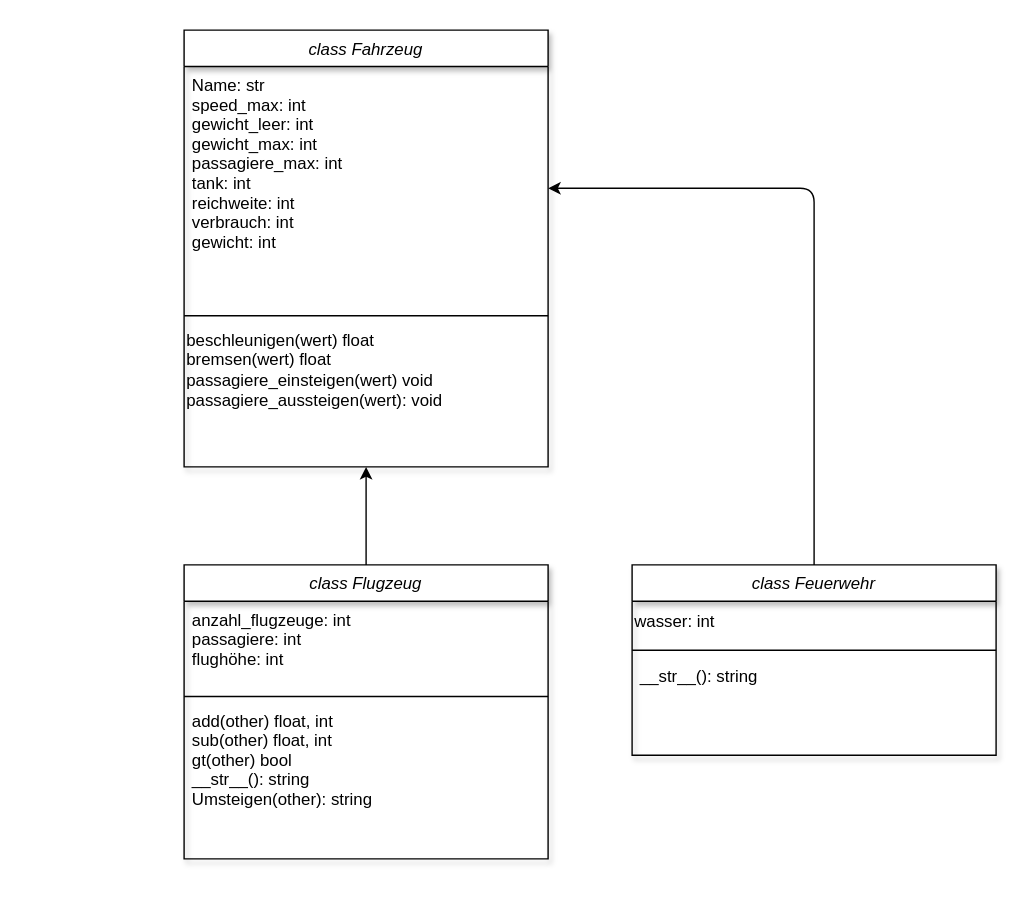
Earlier version of the draw.io diagram page "Flugzeug" (1 of 2) of Klassendiagramm.drawio (sstreichan/ProjektFlugzeug). Source tidied: cells renumbered, new cells numbered last; positions are measured from the earlier drawing's top-left corner, leaving out a move shared by most shapes. Both pictures are drawn from the tidied source at 140%, with x=0, y=0 at pixel (183, 29).
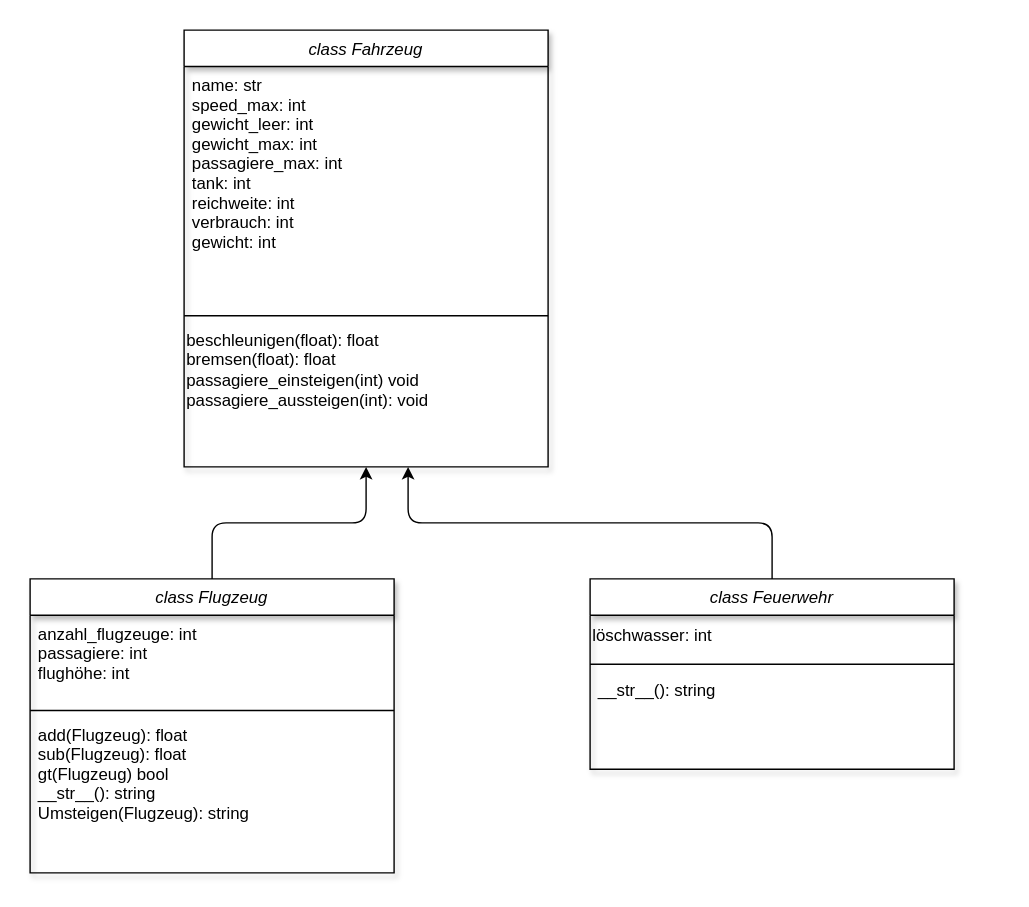
Above is the later version.

Commit message (it also covers changes not shown here):
klassendiagramm überarbeitet, neue aufgaben.

The edit, as a diff of the source:
```diff
@@
 <mxGraphModel>
   <root>
     <mxCell id="0" />
     <mxCell id="1" parent="0" />
     <mxCell id="2" style="edgeStyle=none;html=1;entryX=0.5;entryY=1;entryDx=0;entryDy=0;" parent="1" edge="1" source="3" target="7">
-      <mxGeometry relative="1" as="geometry" />
+      <mxGeometry relative="1" as="geometry">
+        <Array as="points">
+          <mxPoint x="20" y="352" />
+          <mxPoint x="130" y="352" />
+        </Array>
+      </mxGeometry>
     </mxCell>
     <mxCell id="3" value="class Flugzeug" style="swimlane;fontStyle=2;align=center;verticalAlign=top;horizontal=1;startSize=26;rounded=0;shadow=1;strokeWidth=1;" parent="1" vertex="1">
-      <mxGeometry y="382" width="260" height="210" as="geometry" />
+      <mxGeometry x="-110" y="392" width="260" height="210" as="geometry" />
     </mxCell>
     <mxCell id="4" value="anzahl_flugzeuge: int&#10;passagiere: int&#10;flughöhe: int&#10;" style="text;align=left;verticalAlign=top;spacingLeft=4;spacingRight=4;overflow=hidden;rounded=0;shadow=0;html=0;" parent="3" vertex="1">
       <mxGeometry y="26" width="260" height="64" as="geometry" />
     </mxCell>
     <mxCell id="5" style="line;html=1;strokeWidth=1;align=left;verticalAlign=middle;spacingTop=-1;spacingLeft=3;spacingRight=3;labelPosition=right;" parent="3" vertex="1">
       <mxGeometry y="90" width="260" height="8" as="geometry" />
     </mxCell>
-    <mxCell id="6" value="add(other) float, int&#10;sub(other) float, int&#10;gt(other) bool&#10;__str__(): string&#10;Umsteigen(other): string" style="text;align=left;verticalAlign=top;spacingLeft=4;spacingRight=4;overflow=hidden;" parent="3" vertex="1">
+    <mxCell id="6" value="add(Flugzeug): float&#10;sub(Flugzeug): float&#10;gt(Flugzeug) bool&#10;__str__(): string&#10;Umsteigen(Flugzeug): string" style="text;align=left;verticalAlign=top;spacingLeft=4;spacingRight=4;overflow=hidden;" parent="3" vertex="1">
       <mxGeometry y="98" width="260" height="112" as="geometry" />
     </mxCell>
     <mxCell id="7" value="class Fahrzeug" style="swimlane;fontStyle=2;align=center;verticalAlign=top;horizontal=1;startSize=26;rounded=0;shadow=1;strokeWidth=1;" parent="1" vertex="1">
       <mxGeometry width="260" height="312" as="geometry" />
     </mxCell>
-    <mxCell id="8" value="Name: str&#10;speed_max: int&#10;gewicht_leer: int&#10;gewicht_max: int&#10;passagiere_max: int&#10;tank: int&#10;reichweite: int&#10;verbrauch: int&#10;gewicht: int" style="text;align=left;verticalAlign=top;spacingLeft=4;spacingRight=4;overflow=hidden;points=[[0,0.5],[1,0.5]];portConstraint=eastwest;rounded=0;shadow=0;html=0;" parent="7" vertex="1">
+    <mxCell id="8" value="name: str&#10;speed_max: int&#10;gewicht_leer: int&#10;gewicht_max: int&#10;passagiere_max: int&#10;tank: int&#10;reichweite: int&#10;verbrauch: int&#10;gewicht: int" style="text;align=left;verticalAlign=top;spacingLeft=4;spacingRight=4;overflow=hidden;points=[[0,0.5],[1,0.5]];portConstraint=eastwest;rounded=0;shadow=0;html=0;" parent="7" vertex="1">
       <mxGeometry y="26" width="260" height="174" as="geometry" />
     </mxCell>
     <mxCell id="9" style="line;html=1;strokeWidth=1;align=left;verticalAlign=middle;spacingTop=-1;spacingLeft=3;spacingRight=3;labelPosition=right;" parent="7" vertex="1">
       <mxGeometry y="200" width="260" height="8" as="geometry" />
     </mxCell>
-    <mxCell id="10" value="&lt;span style=&quot;&quot;&gt;beschleunigen(wert) float&lt;/span&gt;&lt;br style=&quot;padding: 0px; margin: 0px;&quot;&gt;&lt;span style=&quot;&quot;&gt;bremsen(wert) float&lt;/span&gt;&lt;br style=&quot;padding: 0px; margin: 0px;&quot;&gt;&lt;span style=&quot;&quot;&gt;passagiere_einsteigen(wert) void&lt;/span&gt;&lt;br style=&quot;padding: 0px; margin: 0px;&quot;&gt;&lt;span style=&quot;&quot;&gt;passagiere_aussteigen(wert): void&lt;/span&gt;" style="text;html=1;align=left;verticalAlign=middle;strokeColor=none;fillColor=none;" parent="7" vertex="1">
+    <mxCell id="10" value="&lt;span style=&quot;&quot;&gt;beschleunigen(float): float&lt;/span&gt;&lt;br style=&quot;padding: 0px; margin: 0px;&quot;&gt;&lt;span style=&quot;&quot;&gt;bremsen(float): float&lt;/span&gt;&lt;br style=&quot;padding: 0px; margin: 0px;&quot;&gt;&lt;span style=&quot;&quot;&gt;passagiere_einsteigen(int) void&lt;/span&gt;&lt;br style=&quot;padding: 0px; margin: 0px;&quot;&gt;&lt;span style=&quot;&quot;&gt;passagiere_aussteigen(int): void&lt;/span&gt;" style="text;html=1;align=left;verticalAlign=middle;strokeColor=none;fillColor=none;" parent="7" vertex="1">
       <mxGeometry y="208" width="260" height="70" as="geometry" />
     </mxCell>
-    <mxCell id="11" style="edgeStyle=none;html=1;" parent="1" edge="1" source="12" target="8">
+    <mxCell id="11" style="edgeStyle=none;html=1;" parent="1" edge="1" source="12">
       <mxGeometry relative="1" as="geometry">
+        <mxPoint x="160" y="312" as="targetPoint" />
         <Array as="points">
-          <mxPoint x="450" y="113" />
+          <mxPoint x="420" y="352" />
+          <mxPoint x="160" y="352" />
         </Array>
       </mxGeometry>
     </mxCell>
     <mxCell id="12" value="class Feuerwehr" style="swimlane;fontStyle=2;align=center;verticalAlign=top;horizontal=1;startSize=26;rounded=0;shadow=1;strokeWidth=1;" parent="1" vertex="1">
-      <mxGeometry x="320" y="382" width="260" height="136" as="geometry" />
+      <mxGeometry x="290" y="392" width="260" height="136" as="geometry" />
     </mxCell>
-    <mxCell id="13" value="wasser: int&lt;br&gt;" style="text;html=1;align=left;verticalAlign=middle;strokeColor=none;fillColor=none;" parent="12" vertex="1">
+    <mxCell id="13" value="löschwasser: int" style="text;html=1;align=left;verticalAlign=middle;strokeColor=none;fillColor=none;" parent="12" vertex="1">
       <mxGeometry y="26" width="260" height="30" as="geometry" />
     </mxCell>
     <mxCell id="14" style="line;html=1;strokeWidth=1;align=left;verticalAlign=middle;spacingTop=-1;spacingLeft=3;spacingRight=3;labelPosition=right;" parent="12" vertex="1">
       <mxGeometry y="56" width="260" height="10" as="geometry" />
     </mxCell>
     <mxCell id="15" value="__str__(): string&#10;" style="text;align=left;verticalAlign=top;spacingLeft=4;spacingRight=4;overflow=hidden;" parent="12" vertex="1">
       <mxGeometry y="66" width="260" height="70" as="geometry" />
     </mxCell>
   </root>
 </mxGraphModel>
```
